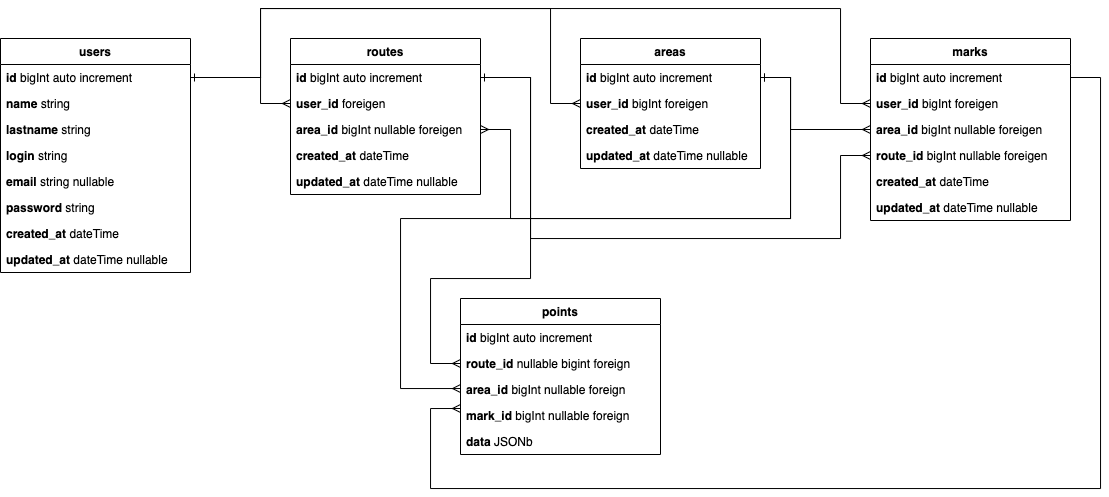
Before: docs/images/db-structure.drawio.png, a diagram exported from draw.io (jbakhtin/driving-school-route-coverage). Source tidied: cells renumbered, new cells last; positions are measured from the earlier drawing's top-left corner, leaving out a move shared by most shapes.
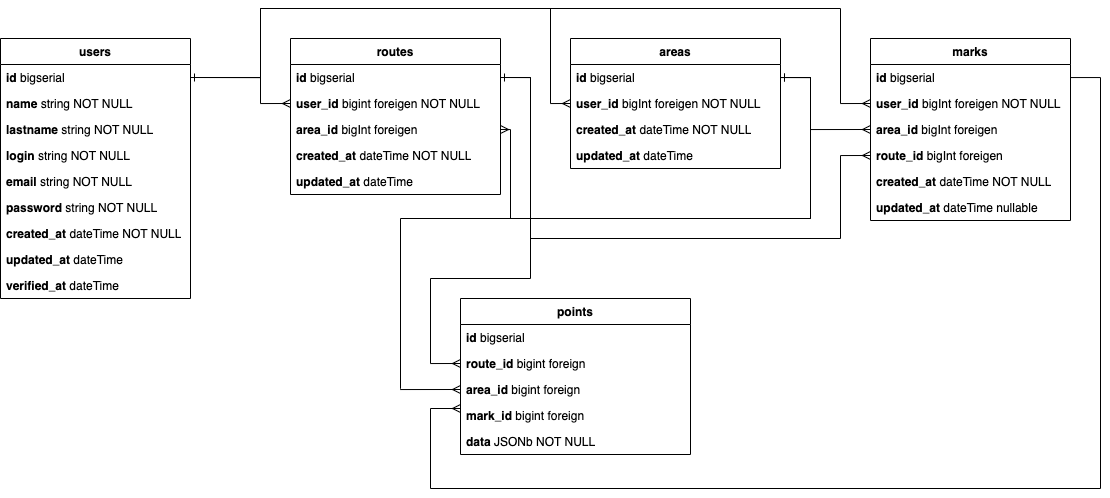
The same diagram one commit later.

Change to the diagram source:
```diff
@@ -3,81 +3,84 @@
     <mxCell id="0" />
     <mxCell id="1" parent="0" />
     <mxCell id="2" value="users" style="swimlane;fontStyle=1;align=center;verticalAlign=top;horizontal=1;startSize=26;whiteSpace=wrap;html=1;" parent="1" vertex="1">
-      <mxGeometry y="30" width="190" height="234" as="geometry" />
+      <mxGeometry y="30" width="190" height="260" as="geometry" />
     </mxCell>
-    <mxCell id="3" value="&lt;b&gt;id&lt;/b&gt;&amp;nbsp;bigInt&amp;nbsp;auto increment&amp;nbsp;" style="text;strokeColor=none;fillColor=none;align=left;verticalAlign=top;spacingLeft=4;spacingRight=4;overflow=hidden;points=[[0,0.5],[1,0.5]];portConstraint=eastwest;whiteSpace=wrap;html=1;" parent="2" vertex="1">
+    <mxCell id="3" value="&lt;b&gt;id&amp;nbsp;&lt;/b&gt;bigserial &amp;nbsp;&amp;nbsp;" style="text;strokeColor=none;fillColor=none;align=left;verticalAlign=top;spacingLeft=4;spacingRight=4;overflow=hidden;points=[[0,0.5],[1,0.5]];portConstraint=eastwest;whiteSpace=wrap;html=1;" parent="2" vertex="1">
       <mxGeometry y="26" width="190" height="26" as="geometry" />
     </mxCell>
-    <mxCell id="4" value="&lt;b&gt;name&lt;/b&gt; string" style="text;strokeColor=none;fillColor=none;align=left;verticalAlign=top;spacingLeft=4;spacingRight=4;overflow=hidden;whiteSpace=wrap;html=1;" parent="2" vertex="1">
+    <mxCell id="4" value="&lt;b&gt;name&lt;/b&gt; string NOT NULL" style="text;strokeColor=none;fillColor=none;align=left;verticalAlign=top;spacingLeft=4;spacingRight=4;overflow=hidden;whiteSpace=wrap;html=1;" parent="2" vertex="1">
       <mxGeometry y="52" width="190" height="26" as="geometry" />
     </mxCell>
-    <mxCell id="5" value="&lt;b&gt;lastname&lt;/b&gt; string" style="text;strokeColor=none;fillColor=none;align=left;verticalAlign=top;spacingLeft=4;spacingRight=4;overflow=hidden;whiteSpace=wrap;html=1;" parent="2" vertex="1">
+    <mxCell id="5" value="&lt;b&gt;lastname&lt;/b&gt; string NOT NULL&amp;nbsp;" style="text;strokeColor=none;fillColor=none;align=left;verticalAlign=top;spacingLeft=4;spacingRight=4;overflow=hidden;whiteSpace=wrap;html=1;" parent="2" vertex="1">
       <mxGeometry y="78" width="190" height="26" as="geometry" />
     </mxCell>
-    <mxCell id="6" value="&lt;b&gt;login&lt;/b&gt; string" style="text;strokeColor=none;fillColor=none;align=left;verticalAlign=top;spacingLeft=4;spacingRight=4;overflow=hidden;whiteSpace=wrap;html=1;" parent="2" vertex="1">
+    <mxCell id="6" value="&lt;b&gt;login&lt;/b&gt; string NOT NULL" style="text;strokeColor=none;fillColor=none;align=left;verticalAlign=top;spacingLeft=4;spacingRight=4;overflow=hidden;whiteSpace=wrap;html=1;" parent="2" vertex="1">
       <mxGeometry y="104" width="190" height="26" as="geometry" />
     </mxCell>
-    <mxCell id="7" value="&lt;b&gt;email&lt;/b&gt; string nullable" style="text;strokeColor=none;fillColor=none;align=left;verticalAlign=top;spacingLeft=4;spacingRight=4;overflow=hidden;whiteSpace=wrap;html=1;" parent="2" vertex="1">
+    <mxCell id="7" value="&lt;b&gt;email&lt;/b&gt; string NOT NULL" style="text;strokeColor=none;fillColor=none;align=left;verticalAlign=top;spacingLeft=4;spacingRight=4;overflow=hidden;whiteSpace=wrap;html=1;" parent="2" vertex="1">
       <mxGeometry y="130" width="190" height="26" as="geometry" />
     </mxCell>
-    <mxCell id="8" value="&lt;b&gt;password&lt;/b&gt; string" style="text;strokeColor=none;fillColor=none;align=left;verticalAlign=top;spacingLeft=4;spacingRight=4;overflow=hidden;whiteSpace=wrap;html=1;" parent="2" vertex="1">
+    <mxCell id="8" value="&lt;b&gt;password&lt;/b&gt; string NOT NULL&lt;br&gt;&amp;nbsp;" style="text;strokeColor=none;fillColor=none;align=left;verticalAlign=top;spacingLeft=4;spacingRight=4;overflow=hidden;whiteSpace=wrap;html=1;" parent="2" vertex="1">
       <mxGeometry y="156" width="190" height="26" as="geometry" />
     </mxCell>
-    <mxCell id="9" value="&lt;b&gt;created_at&lt;/b&gt; dateTime" style="text;strokeColor=none;fillColor=none;align=left;verticalAlign=top;spacingLeft=4;spacingRight=4;overflow=hidden;whiteSpace=wrap;html=1;" parent="2" vertex="1">
+    <mxCell id="9" value="&lt;b&gt;created_at&lt;/b&gt; dateTime NOT NULL" style="text;strokeColor=none;fillColor=none;align=left;verticalAlign=top;spacingLeft=4;spacingRight=4;overflow=hidden;whiteSpace=wrap;html=1;" parent="2" vertex="1">
       <mxGeometry y="182" width="190" height="26" as="geometry" />
     </mxCell>
+    <mxCell id="44" value="&lt;b&gt;updated_at&lt;/b&gt; dateTime&lt;br&gt;" style="text;strokeColor=none;fillColor=none;align=left;verticalAlign=top;spacingLeft=4;spacingRight=4;overflow=hidden;whiteSpace=wrap;html=1;" parent="2" vertex="1">
+      <mxGeometry y="208" width="190" height="26" as="geometry" />
+    </mxCell>
-    <mxCell id="10" value="&lt;b&gt;updated_at&lt;/b&gt; dateTime nullable" style="text;strokeColor=none;fillColor=none;align=left;verticalAlign=top;spacingLeft=4;spacingRight=4;overflow=hidden;whiteSpace=wrap;html=1;" parent="2" vertex="1">
-      <mxGeometry y="208" width="190" height="26" as="geometry" />
+    <mxCell id="10" value="&lt;b&gt;verified_at&lt;/b&gt; dateTime" style="text;strokeColor=none;fillColor=none;align=left;verticalAlign=top;spacingLeft=4;spacingRight=4;overflow=hidden;whiteSpace=wrap;html=1;" parent="2" vertex="1">
+      <mxGeometry y="234" width="190" height="26" as="geometry" />
     </mxCell>
     <mxCell id="11" value="routes" style="swimlane;fontStyle=1;align=center;verticalAlign=top;horizontal=1;startSize=26;whiteSpace=wrap;html=1;" parent="1" vertex="1">
-      <mxGeometry x="290" y="30" width="190" height="156" as="geometry" />
+      <mxGeometry x="290" y="30" width="210" height="156" as="geometry" />
     </mxCell>
-    <mxCell id="12" value="&lt;b&gt;id&lt;/b&gt;&amp;nbsp;bigInt&amp;nbsp;auto increment" style="text;strokeColor=none;fillColor=none;align=left;verticalAlign=top;spacingLeft=4;spacingRight=4;overflow=hidden;points=[[0,0.5],[1,0.5]];portConstraint=eastwest;whiteSpace=wrap;html=1;" parent="11" vertex="1">
-      <mxGeometry y="26" width="190" height="26" as="geometry" />
+    <mxCell id="12" value="&lt;b&gt;id&lt;/b&gt;&amp;nbsp;bigserial" style="text;strokeColor=none;fillColor=none;align=left;verticalAlign=top;spacingLeft=4;spacingRight=4;overflow=hidden;points=[[0,0.5],[1,0.5]];portConstraint=eastwest;whiteSpace=wrap;html=1;" parent="11" vertex="1">
+      <mxGeometry y="26" width="210" height="26" as="geometry" />
     </mxCell>
-    <mxCell id="13" value="&lt;b&gt;user_id&lt;/b&gt;&amp;nbsp;foreigen" style="text;strokeColor=none;fillColor=none;align=left;verticalAlign=top;spacingLeft=4;spacingRight=4;overflow=hidden;points=[[0,0.5],[1,0.5]];portConstraint=eastwest;whiteSpace=wrap;html=1;" parent="11" vertex="1">
-      <mxGeometry y="52" width="190" height="26" as="geometry" />
+    <mxCell id="13" value="&lt;b&gt;user_id&lt;/b&gt;&amp;nbsp;bigint foreigen NOT NULL" style="text;strokeColor=none;fillColor=none;align=left;verticalAlign=top;spacingLeft=4;spacingRight=4;overflow=hidden;points=[[0,0.5],[1,0.5]];portConstraint=eastwest;whiteSpace=wrap;html=1;" parent="11" vertex="1">
+      <mxGeometry y="52" width="210" height="26" as="geometry" />
     </mxCell>
-    <mxCell id="14" value="&lt;b&gt;area_id&amp;nbsp;&lt;/b&gt;bigInt&amp;nbsp;nullable foreigen" style="text;strokeColor=none;fillColor=none;align=left;verticalAlign=top;spacingLeft=4;spacingRight=4;overflow=hidden;points=[[0,0.5],[1,0.5]];portConstraint=eastwest;whiteSpace=wrap;html=1;" parent="11" vertex="1">
-      <mxGeometry y="78" width="190" height="26" as="geometry" />
+    <mxCell id="14" value="&lt;b&gt;area_id&amp;nbsp;&lt;/b&gt;bigInt foreigen" style="text;strokeColor=none;fillColor=none;align=left;verticalAlign=top;spacingLeft=4;spacingRight=4;overflow=hidden;points=[[0,0.5],[1,0.5]];portConstraint=eastwest;whiteSpace=wrap;html=1;" parent="11" vertex="1">
+      <mxGeometry y="78" width="210" height="26" as="geometry" />
     </mxCell>
-    <mxCell id="15" value="&lt;b&gt;created_at&amp;nbsp;&lt;/b&gt;dateTime" style="text;strokeColor=none;fillColor=none;align=left;verticalAlign=top;spacingLeft=4;spacingRight=4;overflow=hidden;whiteSpace=wrap;html=1;" parent="11" vertex="1">
-      <mxGeometry y="104" width="190" height="26" as="geometry" />
+    <mxCell id="15" value="&lt;b&gt;created_at&amp;nbsp;&lt;/b&gt;dateTime NOT NULL" style="text;strokeColor=none;fillColor=none;align=left;verticalAlign=top;spacingLeft=4;spacingRight=4;overflow=hidden;whiteSpace=wrap;html=1;" parent="11" vertex="1">
+      <mxGeometry y="104" width="210" height="26" as="geometry" />
     </mxCell>
-    <mxCell id="16" value="&lt;b&gt;updated_at&amp;nbsp;&lt;/b&gt;dateTime&amp;nbsp;nullable" style="text;strokeColor=none;fillColor=none;align=left;verticalAlign=top;spacingLeft=4;spacingRight=4;overflow=hidden;whiteSpace=wrap;html=1;" parent="11" vertex="1">
-      <mxGeometry y="130" width="190" height="26" as="geometry" />
+    <mxCell id="16" value="&lt;b&gt;updated_at&amp;nbsp;&lt;/b&gt;dateTime" style="text;strokeColor=none;fillColor=none;align=left;verticalAlign=top;spacingLeft=4;spacingRight=4;overflow=hidden;whiteSpace=wrap;html=1;" parent="11" vertex="1">
+      <mxGeometry y="130" width="210" height="26" as="geometry" />
     </mxCell>
     <mxCell id="17" value="areas" style="swimlane;fontStyle=1;align=center;verticalAlign=top;horizontal=1;startSize=26;whiteSpace=wrap;html=1;" parent="1" vertex="1">
-      <mxGeometry x="580" y="30" width="180" height="130" as="geometry" />
+      <mxGeometry x="570" y="30" width="210" height="130" as="geometry" />
     </mxCell>
-    <mxCell id="18" value="&lt;b&gt;id&amp;nbsp;&lt;/b&gt;bigInt&amp;nbsp;auto increment" style="text;strokeColor=none;fillColor=none;align=left;verticalAlign=top;spacingLeft=4;spacingRight=4;overflow=hidden;points=[[0,0.5],[1,0.5]];portConstraint=eastwest;whiteSpace=wrap;html=1;" parent="17" vertex="1">
-      <mxGeometry y="26" width="180" height="26" as="geometry" />
+    <mxCell id="18" value="&lt;b&gt;id &lt;/b&gt;bigserial" style="text;strokeColor=none;fillColor=none;align=left;verticalAlign=top;spacingLeft=4;spacingRight=4;overflow=hidden;points=[[0,0.5],[1,0.5]];portConstraint=eastwest;whiteSpace=wrap;html=1;" parent="17" vertex="1">
+      <mxGeometry y="26" width="210" height="26" as="geometry" />
     </mxCell>
-    <mxCell id="19" value="&lt;b style=&quot;border-color: var(--border-color);&quot;&gt;user_id&lt;/b&gt;&amp;nbsp;bigInt&amp;nbsp;foreigen" style="text;strokeColor=none;fillColor=none;align=left;verticalAlign=top;spacingLeft=4;spacingRight=4;overflow=hidden;points=[[0,0.5],[1,0.5]];portConstraint=eastwest;whiteSpace=wrap;html=1;" parent="17" vertex="1">
-      <mxGeometry y="52" width="180" height="26" as="geometry" />
+    <mxCell id="19" value="&lt;b style=&quot;border-color: var(--border-color);&quot;&gt;user_id&lt;/b&gt;&amp;nbsp;bigInt&amp;nbsp;foreigen NOT NULL" style="text;strokeColor=none;fillColor=none;align=left;verticalAlign=top;spacingLeft=4;spacingRight=4;overflow=hidden;points=[[0,0.5],[1,0.5]];portConstraint=eastwest;whiteSpace=wrap;html=1;" parent="17" vertex="1">
+      <mxGeometry y="52" width="210" height="26" as="geometry" />
     </mxCell>
-    <mxCell id="20" value="&lt;b style=&quot;border-color: var(--border-color);&quot;&gt;created_at&amp;nbsp;&lt;/b&gt;dateTime" style="text;strokeColor=none;fillColor=none;align=left;verticalAlign=top;spacingLeft=4;spacingRight=4;overflow=hidden;whiteSpace=wrap;html=1;" parent="17" vertex="1">
-      <mxGeometry y="78" width="180" height="26" as="geometry" />
+    <mxCell id="20" value="&lt;b style=&quot;border-color: var(--border-color);&quot;&gt;created_at&amp;nbsp;&lt;/b&gt;dateTime NOT NULL" style="text;strokeColor=none;fillColor=none;align=left;verticalAlign=top;spacingLeft=4;spacingRight=4;overflow=hidden;whiteSpace=wrap;html=1;" parent="17" vertex="1">
+      <mxGeometry y="78" width="210" height="26" as="geometry" />
     </mxCell>
-    <mxCell id="21" value="&lt;b style=&quot;border-color: var(--border-color);&quot;&gt;updated_at&amp;nbsp;&lt;/b&gt;dateTime&amp;nbsp;nullable" style="text;strokeColor=none;fillColor=none;align=left;verticalAlign=top;spacingLeft=4;spacingRight=4;overflow=hidden;whiteSpace=wrap;html=1;" parent="17" vertex="1">
-      <mxGeometry y="104" width="180" height="26" as="geometry" />
+    <mxCell id="21" value="&lt;b style=&quot;border-color: var(--border-color);&quot;&gt;updated_at&amp;nbsp;&lt;/b&gt;dateTime" style="text;strokeColor=none;fillColor=none;align=left;verticalAlign=top;spacingLeft=4;spacingRight=4;overflow=hidden;whiteSpace=wrap;html=1;" parent="17" vertex="1">
+      <mxGeometry y="104" width="210" height="26" as="geometry" />
     </mxCell>
     <mxCell id="22" value="marks" style="swimlane;fontStyle=1;align=center;verticalAlign=top;horizontal=1;startSize=26;whiteSpace=wrap;html=1;" parent="1" vertex="1">
       <mxGeometry x="870" y="30" width="200" height="182" as="geometry" />
     </mxCell>
-    <mxCell id="23" value="&lt;b style=&quot;border-color: var(--border-color);&quot;&gt;id&amp;nbsp;&lt;/b&gt;bigInt auto increment" style="text;strokeColor=none;fillColor=none;align=left;verticalAlign=top;spacingLeft=4;spacingRight=4;overflow=hidden;points=[[0,0.5],[1,0.5]];portConstraint=eastwest;whiteSpace=wrap;html=1;" parent="22" vertex="1">
+    <mxCell id="23" value="&lt;b style=&quot;border-color: var(--border-color);&quot;&gt;id&amp;nbsp;&lt;/b&gt;bigserial" style="text;strokeColor=none;fillColor=none;align=left;verticalAlign=top;spacingLeft=4;spacingRight=4;overflow=hidden;points=[[0,0.5],[1,0.5]];portConstraint=eastwest;whiteSpace=wrap;html=1;" parent="22" vertex="1">
       <mxGeometry y="26" width="200" height="26" as="geometry" />
     </mxCell>
-    <mxCell id="24" value="&lt;b style=&quot;border-color: var(--border-color);&quot;&gt;user_id&lt;/b&gt;&amp;nbsp;bigInt&amp;nbsp;foreigen" style="text;strokeColor=none;fillColor=none;align=left;verticalAlign=top;spacingLeft=4;spacingRight=4;overflow=hidden;points=[[0,0.5],[1,0.5]];portConstraint=eastwest;whiteSpace=wrap;html=1;" parent="22" vertex="1">
+    <mxCell id="24" value="&lt;b style=&quot;border-color: var(--border-color);&quot;&gt;user_id&lt;/b&gt;&amp;nbsp;bigInt&amp;nbsp;foreigen NOT NULL" style="text;strokeColor=none;fillColor=none;align=left;verticalAlign=top;spacingLeft=4;spacingRight=4;overflow=hidden;points=[[0,0.5],[1,0.5]];portConstraint=eastwest;whiteSpace=wrap;html=1;" parent="22" vertex="1">
       <mxGeometry y="52" width="200" height="26" as="geometry" />
     </mxCell>
-    <mxCell id="25" value="&lt;b&gt;area_id&lt;/b&gt;&amp;nbsp;bigInt&amp;nbsp;nullable&amp;nbsp;foreigen" style="text;strokeColor=none;fillColor=none;align=left;verticalAlign=top;spacingLeft=4;spacingRight=4;overflow=hidden;points=[[0,0.5],[1,0.5]];portConstraint=eastwest;whiteSpace=wrap;html=1;" parent="22" vertex="1">
+    <mxCell id="25" value="&lt;b&gt;area_id&lt;/b&gt;&amp;nbsp;bigInt foreigen" style="text;strokeColor=none;fillColor=none;align=left;verticalAlign=top;spacingLeft=4;spacingRight=4;overflow=hidden;points=[[0,0.5],[1,0.5]];portConstraint=eastwest;whiteSpace=wrap;html=1;" parent="22" vertex="1">
       <mxGeometry y="78" width="200" height="26" as="geometry" />
     </mxCell>
-    <mxCell id="26" value="&lt;b&gt;route_id&amp;nbsp;&lt;/b&gt;bigInt&amp;nbsp;nullable&amp;nbsp;foreigen" style="text;strokeColor=none;fillColor=none;align=left;verticalAlign=top;spacingLeft=4;spacingRight=4;overflow=hidden;points=[[0,0.5],[1,0.5]];portConstraint=eastwest;whiteSpace=wrap;html=1;" parent="22" vertex="1">
+    <mxCell id="26" value="&lt;b&gt;route_id&amp;nbsp;&lt;/b&gt;bigInt foreigen" style="text;strokeColor=none;fillColor=none;align=left;verticalAlign=top;spacingLeft=4;spacingRight=4;overflow=hidden;points=[[0,0.5],[1,0.5]];portConstraint=eastwest;whiteSpace=wrap;html=1;" parent="22" vertex="1">
       <mxGeometry y="104" width="200" height="26" as="geometry" />
     </mxCell>
-    <mxCell id="27" value="&lt;b style=&quot;border-color: var(--border-color);&quot;&gt;created_at&amp;nbsp;&lt;/b&gt;dateTime" style="text;strokeColor=none;fillColor=none;align=left;verticalAlign=top;spacingLeft=4;spacingRight=4;overflow=hidden;whiteSpace=wrap;html=1;" parent="22" vertex="1">
+    <mxCell id="27" value="&lt;b style=&quot;border-color: var(--border-color);&quot;&gt;created_at&amp;nbsp;&lt;/b&gt;dateTime NOT NULL" style="text;strokeColor=none;fillColor=none;align=left;verticalAlign=top;spacingLeft=4;spacingRight=4;overflow=hidden;whiteSpace=wrap;html=1;" parent="22" vertex="1">
       <mxGeometry y="130" width="200" height="26" as="geometry" />
     </mxCell>
     <mxCell id="28" value="&lt;b style=&quot;border-color: var(--border-color);&quot;&gt;updated_at&amp;nbsp;&lt;/b&gt;dateTime&amp;nbsp;nullable" style="text;strokeColor=none;fillColor=none;align=left;verticalAlign=top;spacingLeft=4;spacingRight=4;overflow=hidden;whiteSpace=wrap;html=1;" parent="22" vertex="1">
@@ -114,8 +117,8 @@
     <mxCell id="32" style="edgeStyle=orthogonalEdgeStyle;rounded=0;jettySize=auto;html=1;exitX=1;exitY=0.5;exitDx=0;exitDy=0;entryX=0;entryY=0.5;entryDx=0;entryDy=0;endArrow=ERmany;endFill=0;startArrow=ERone;startFill=0;" parent="1" edge="1" source="18" target="25">
       <mxGeometry relative="1" as="geometry">
         <Array as="points">
-          <mxPoint x="790" y="69" />
-          <mxPoint x="790" y="121" />
+          <mxPoint x="810" y="69" />
+          <mxPoint x="810" y="121" />
         </Array>
       </mxGeometry>
     </mxCell>
@@ -130,28 +133,28 @@
       </mxGeometry>
     </mxCell>
     <mxCell id="34" value="points" style="swimlane;fontStyle=1;align=center;verticalAlign=top;horizontal=1;startSize=26;whiteSpace=wrap;html=1;" parent="1" vertex="1">
-      <mxGeometry x="460" y="290" width="200" height="156" as="geometry" />
+      <mxGeometry x="460" y="290" width="230" height="156" as="geometry" />
     </mxCell>
-    <mxCell id="35" value="&lt;b&gt;id&amp;nbsp;&lt;/b&gt;bigInt&amp;nbsp;auto increment" style="text;strokeColor=none;fillColor=none;align=left;verticalAlign=top;spacingLeft=4;spacingRight=4;overflow=hidden;whiteSpace=wrap;html=1;" parent="34" vertex="1">
-      <mxGeometry y="26" width="200" height="26" as="geometry" />
+    <mxCell id="35" value="&lt;b&gt;id&amp;nbsp;&lt;/b&gt;bigserial" style="text;strokeColor=none;fillColor=none;align=left;verticalAlign=top;spacingLeft=4;spacingRight=4;overflow=hidden;whiteSpace=wrap;html=1;" parent="34" vertex="1">
+      <mxGeometry y="26" width="230" height="26" as="geometry" />
     </mxCell>
-    <mxCell id="36" value="&lt;b&gt;route_id &lt;/b&gt;nullable bigint foreign" style="text;strokeColor=none;fillColor=none;align=left;verticalAlign=top;spacingLeft=4;spacingRight=4;overflow=hidden;points=[[0,0.5],[1,0.5]];portConstraint=eastwest;whiteSpace=wrap;html=1;" parent="34" vertex="1">
-      <mxGeometry y="52" width="200" height="26" as="geometry" />
+    <mxCell id="36" value="&lt;b&gt;route_id&lt;/b&gt;&amp;nbsp;bigint foreign" style="text;strokeColor=none;fillColor=none;align=left;verticalAlign=top;spacingLeft=4;spacingRight=4;overflow=hidden;points=[[0,0.5],[1,0.5]];portConstraint=eastwest;whiteSpace=wrap;html=1;" parent="34" vertex="1">
+      <mxGeometry y="52" width="230" height="26" as="geometry" />
     </mxCell>
-    <mxCell id="37" value="&lt;b&gt;area_id&amp;nbsp;&lt;/b&gt;bigInt&amp;nbsp;nullable foreign" style="text;strokeColor=none;fillColor=none;align=left;verticalAlign=top;spacingLeft=4;spacingRight=4;overflow=hidden;points=[[0,0.5],[1,0.5]];portConstraint=eastwest;whiteSpace=wrap;html=1;" parent="34" vertex="1">
-      <mxGeometry y="78" width="200" height="26" as="geometry" />
+    <mxCell id="37" value="&lt;b&gt;area_id&lt;/b&gt;&amp;nbsp;bigint foreign" style="text;strokeColor=none;fillColor=none;align=left;verticalAlign=top;spacingLeft=4;spacingRight=4;overflow=hidden;points=[[0,0.5],[1,0.5]];portConstraint=eastwest;whiteSpace=wrap;html=1;" parent="34" vertex="1">
+      <mxGeometry y="78" width="230" height="26" as="geometry" />
     </mxCell>
-    <mxCell id="38" value="&lt;b&gt;mark_id&amp;nbsp;&lt;/b&gt;bigInt&amp;nbsp;nullable foreign" style="text;strokeColor=none;fillColor=none;align=left;verticalAlign=top;spacingLeft=4;spacingRight=4;overflow=hidden;whiteSpace=wrap;html=1;" parent="34" vertex="1">
-      <mxGeometry y="104" width="200" height="26" as="geometry" />
+    <mxCell id="38" value="&lt;b&gt;mark_id&lt;/b&gt;&amp;nbsp;bigint foreign" style="text;strokeColor=none;fillColor=none;align=left;verticalAlign=top;spacingLeft=4;spacingRight=4;overflow=hidden;whiteSpace=wrap;html=1;" parent="34" vertex="1">
+      <mxGeometry y="104" width="230" height="26" as="geometry" />
     </mxCell>
-    <mxCell id="39" value="&lt;b&gt;data &lt;/b&gt;JSONb" style="text;strokeColor=none;fillColor=none;align=left;verticalAlign=top;spacingLeft=4;spacingRight=4;overflow=hidden;whiteSpace=wrap;html=1;" parent="34" vertex="1">
-      <mxGeometry y="130" width="200" height="26" as="geometry" />
+    <mxCell id="39" value="&lt;b&gt;data &lt;/b&gt;JSONb NOT NULL" style="text;strokeColor=none;fillColor=none;align=left;verticalAlign=top;spacingLeft=4;spacingRight=4;overflow=hidden;whiteSpace=wrap;html=1;" parent="34" vertex="1">
+      <mxGeometry y="130" width="230" height="26" as="geometry" />
     </mxCell>
     <mxCell id="40" style="edgeStyle=orthogonalEdgeStyle;rounded=0;jettySize=auto;html=1;exitX=1;exitY=0.5;exitDx=0;exitDy=0;entryX=1;entryY=0.5;entryDx=0;entryDy=0;endArrow=ERmany;endFill=0;startArrow=ERone;startFill=0;" parent="1" edge="1" source="18" target="14">
       <mxGeometry relative="1" as="geometry">
         <Array as="points">
-          <mxPoint x="790" y="69" />
-          <mxPoint x="790" y="210" />
+          <mxPoint x="810" y="69" />
+          <mxPoint x="810" y="210" />
           <mxPoint x="510" y="210" />
           <mxPoint x="510" y="121" />
         </Array>
@@ -167,14 +170,15 @@
         </Array>
       </mxGeometry>
     </mxCell>
-    <mxCell id="42" style="edgeStyle=orthogonalEdgeStyle;rounded=0;jettySize=auto;html=1;entryX=0;entryY=0.5;entryDx=0;entryDy=0;endArrow=ERmany;endFill=0;" parent="1" edge="1" source="18" target="37">
+    <mxCell id="42" style="edgeStyle=orthogonalEdgeStyle;rounded=0;jettySize=auto;html=1;endArrow=ERmany;endFill=0;entryX=0;entryY=0.5;entryDx=0;entryDy=0;" parent="1" edge="1" source="18" target="37">
       <mxGeometry relative="1" as="geometry">
         <Array as="points">
-          <mxPoint x="790" y="69" />
-          <mxPoint x="790" y="210" />
+          <mxPoint x="810" y="69" />
+          <mxPoint x="810" y="210" />
           <mxPoint x="400" y="210" />
           <mxPoint x="400" y="380" />
-          <mxPoint x="460" y="380" />
+          <mxPoint x="400" y="380" />
+          <mxPoint x="400" y="381" />
         </Array>
       </mxGeometry>
     </mxCell>
```
